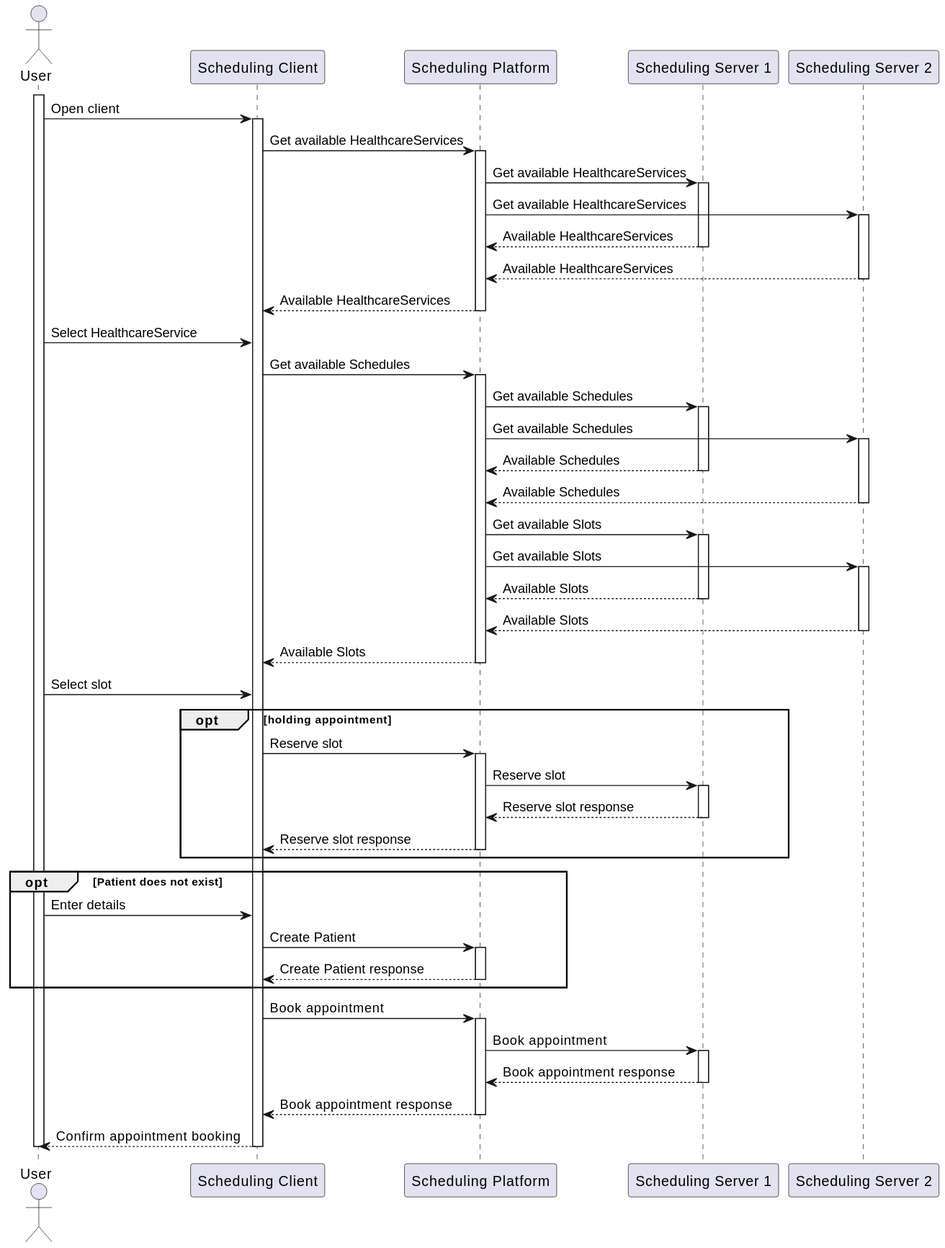
Earlier version of the PlantUML export r5-TC-FHIR-AG-Scheduling-R5-main/scenarios/sequence-platform.svg (HL7Austria/hl7austria.github.io).
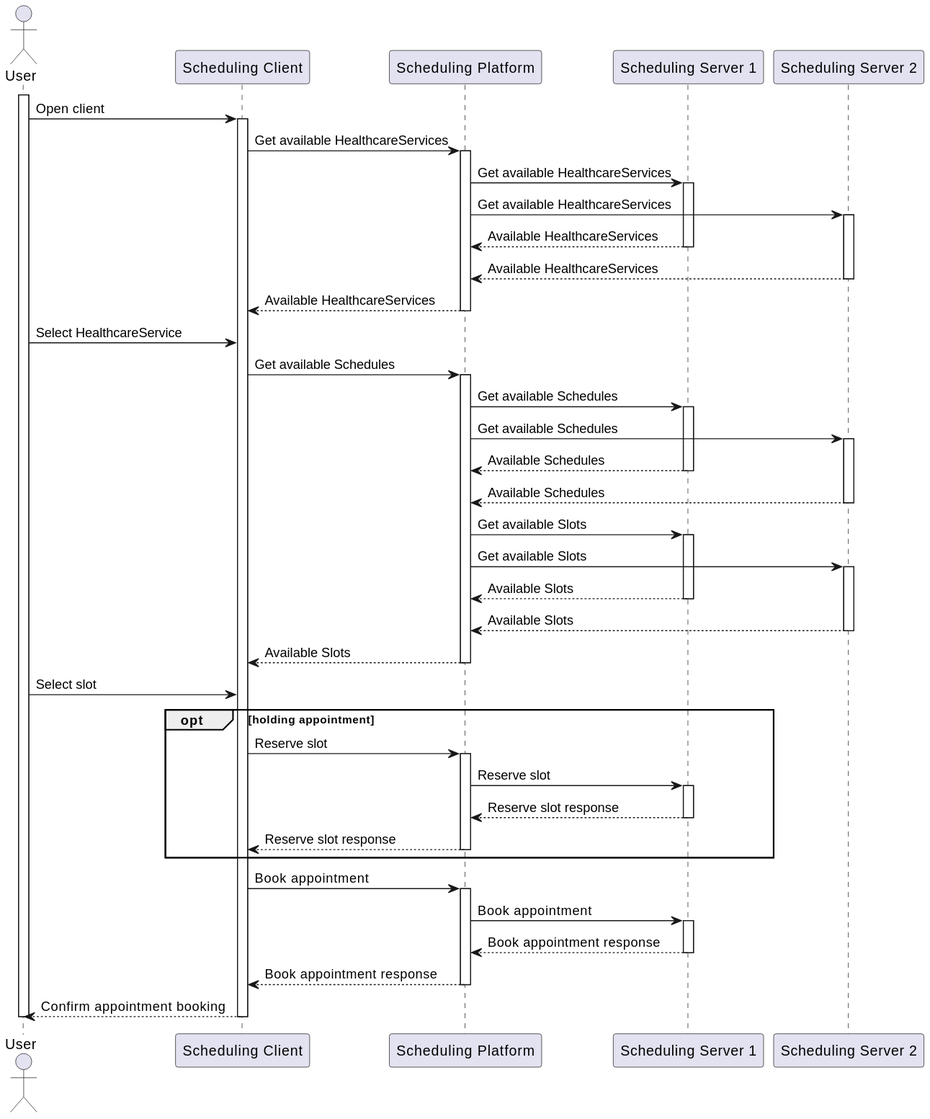
The same file after the commit.

What changed in the source:
```diff
@@ -57,14 +57,6 @@
   deactivate platform
 end
 
-opt Patient does not exist
-  user -> client: Enter details
-  client -> platform: Create Patient
-  activate platform
-  platform ---> client: Create Patient response
-  deactivate platform
-end
-
 client -> platform: Book appointment
 activate platform
 platform -> schedServ1: Book appointment
```
